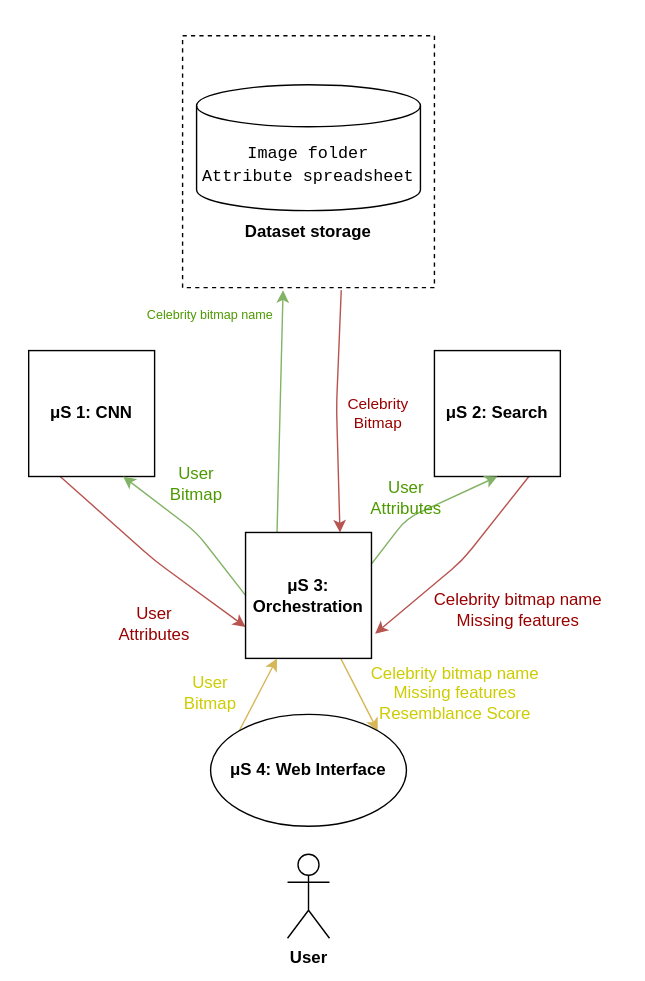
The draw.io diagram architechture.drawio.svg in Wissem0/Projet-Integrateur-Classification-d-images, before a commit. Source tidied: cells renumbered, new cells last; positions are measured from the earlier drawing's top-left corner, leaving out a move shared by most shapes.
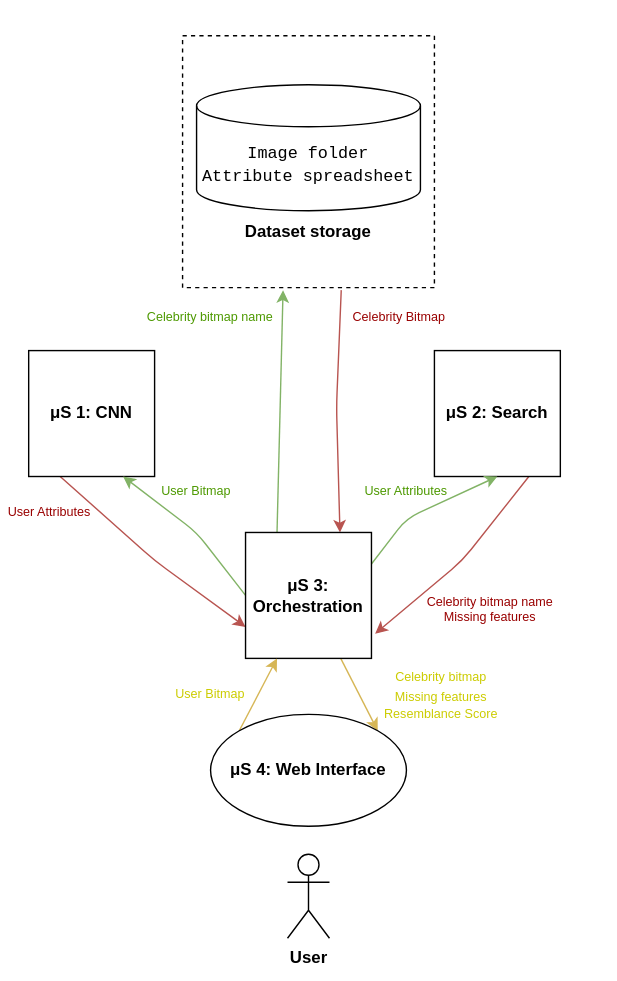
The same file after the commit.

Change to the diagram source:
```diff
@@ -64,29 +64,29 @@
     <mxCell id="15" value="&lt;b&gt;μS 4: &lt;/b&gt;&lt;b&gt;Web Interface&lt;br&gt;&lt;/b&gt;" style="ellipse;whiteSpace=wrap;html=1;fillStyle=solid;fontFamily=Helvetica;fillColor=#FFFFFF;" parent="1" vertex="1">
       <mxGeometry x="150" y="510" width="140" height="80" as="geometry" />
     </mxCell>
-    <mxCell id="16" value="&lt;font color=&quot;#4D9900&quot;&gt;User Bitmap&lt;/font&gt;" style="text;html=1;strokeColor=none;fillColor=none;align=center;verticalAlign=middle;whiteSpace=wrap;rounded=0;fillStyle=solid;fontFamily=Helvetica;" parent="1" vertex="1">
-      <mxGeometry x="110" y="330" width="60" height="30" as="geometry" />
+    <mxCell id="16" value="&lt;font style=&quot;font-size: 9px;&quot; color=&quot;#4D9900&quot;&gt;User Bitmap&lt;/font&gt;" style="text;html=1;strokeColor=none;fillColor=none;align=center;verticalAlign=middle;whiteSpace=wrap;rounded=0;fillStyle=solid;fontFamily=Helvetica;" parent="1" vertex="1">
+      <mxGeometry x="110" y="335" width="60" height="30" as="geometry" />
     </mxCell>
-    <mxCell id="17" value="&lt;font color=&quot;#990000&quot;&gt;User Attributes&lt;/font&gt;" style="text;html=1;strokeColor=none;fillColor=none;align=center;verticalAlign=middle;whiteSpace=wrap;rounded=0;fillStyle=solid;fontFamily=Helvetica;" parent="1" vertex="1">
-      <mxGeometry x="80" y="430" width="60" height="30" as="geometry" />
+    <mxCell id="17" value="&lt;font style=&quot;font-size: 9px;&quot; color=&quot;#990000&quot;&gt;User Attributes&lt;/font&gt;" style="text;html=1;strokeColor=none;fillColor=none;align=center;verticalAlign=middle;whiteSpace=wrap;rounded=0;fillStyle=solid;fontFamily=Helvetica;" parent="1" vertex="1">
+      <mxGeometry y="350" width="70" height="30" as="geometry" />
     </mxCell>
-    <mxCell id="18" value="&lt;div&gt;&lt;font color=&quot;#990000&quot;&gt;Celebrity bitmap name&lt;/font&gt;&lt;/div&gt;&lt;div&gt;&lt;font color=&quot;#990000&quot;&gt;Missing features&lt;br&gt;&lt;/font&gt;&lt;/div&gt;" style="text;html=1;strokeColor=none;fillColor=none;align=center;verticalAlign=middle;whiteSpace=wrap;rounded=0;fillStyle=solid;fontFamily=Helvetica;" parent="1" vertex="1">
-      <mxGeometry x="280" y="420" width="180" height="30" as="geometry" />
+    <mxCell id="18" value="&lt;div style=&quot;font-size: 9px;&quot;&gt;&lt;font style=&quot;font-size: 9px;&quot; color=&quot;#990000&quot;&gt;Celebrity bitmap name&lt;/font&gt;&lt;/div&gt;&lt;div style=&quot;font-size: 9px;&quot;&gt;&lt;font style=&quot;font-size: 9px;&quot; color=&quot;#990000&quot;&gt;&lt;font style=&quot;font-size: 9px;&quot;&gt;Missing features&lt;/font&gt;&lt;br&gt;&lt;/font&gt;&lt;/div&gt;" style="text;html=1;strokeColor=none;fillColor=none;align=center;verticalAlign=middle;whiteSpace=wrap;rounded=0;fillStyle=solid;fontFamily=Helvetica;" parent="1" vertex="1">
+      <mxGeometry x="260" y="420" width="180" height="30" as="geometry" />
     </mxCell>
-    <mxCell id="19" value="&lt;font color=&quot;#4D9900&quot;&gt;User Attributes&lt;/font&gt;" style="text;html=1;strokeColor=none;fillColor=none;align=center;verticalAlign=middle;whiteSpace=wrap;rounded=0;fillStyle=solid;fontFamily=Helvetica;" parent="1" vertex="1">
-      <mxGeometry x="255" y="340" width="70" height="30" as="geometry" />
+    <mxCell id="19" value="&lt;font style=&quot;font-size: 9px;&quot; color=&quot;#4D9900&quot;&gt;User Attributes&lt;/font&gt;" style="text;html=1;strokeColor=none;fillColor=none;align=center;verticalAlign=middle;whiteSpace=wrap;rounded=0;fillStyle=solid;fontFamily=Helvetica;" parent="1" vertex="1">
+      <mxGeometry x="255" y="335" width="70" height="30" as="geometry" />
     </mxCell>
-    <mxCell id="20" value="&lt;div style=&quot;font-size: 11px;&quot;&gt;&lt;font style=&quot;font-size: 11px;&quot; color=&quot;#990000&quot;&gt;Celebrity&lt;/font&gt;&lt;/div&gt;&lt;div style=&quot;font-size: 11px;&quot;&gt;&lt;font style=&quot;font-size: 11px;&quot; color=&quot;#990000&quot;&gt;Bitmap&lt;br&gt;&lt;/font&gt;&lt;/div&gt;" style="text;html=1;strokeColor=none;fillColor=none;align=center;verticalAlign=middle;whiteSpace=wrap;rounded=0;fillStyle=solid;fontFamily=Helvetica;" parent="1" vertex="1">
-      <mxGeometry x="235" y="280" width="70" height="30" as="geometry" />
+    <mxCell id="20" value="&lt;div style=&quot;&quot;&gt;&lt;font style=&quot;font-size: 9px;&quot; color=&quot;#990000&quot;&gt;Celebrity&amp;nbsp;&lt;/font&gt;&lt;font style=&quot;color: rgb(153, 0, 0); background-color: initial; font-size: 9px;&quot;&gt;Bitma&lt;/font&gt;&lt;font style=&quot;color: rgb(153, 0, 0); background-color: initial; font-size: 9px;&quot;&gt;p&lt;/font&gt;&lt;/div&gt;" style="text;html=1;strokeColor=none;fillColor=none;align=center;verticalAlign=middle;whiteSpace=wrap;rounded=0;fillStyle=solid;fontFamily=Helvetica;" parent="1" vertex="1">
+      <mxGeometry x="240" y="220" width="90" height="10" as="geometry" />
     </mxCell>
-    <mxCell id="21" value="&lt;div style=&quot;font-size: 9px;&quot;&gt;&lt;font style=&quot;font-size: 9px;&quot; color=&quot;#4D9900&quot;&gt;Celebrity bitmap name&lt;br&gt;&lt;/font&gt;&lt;/div&gt;" style="text;html=1;strokeColor=none;fillColor=none;align=center;verticalAlign=middle;whiteSpace=wrap;rounded=0;fillStyle=solid;fontFamily=Helvetica;" parent="1" vertex="1">
+    <mxCell id="21" value="&lt;div style=&quot;&quot;&gt;&lt;font style=&quot;&quot; color=&quot;#4D9900&quot;&gt;&lt;font style=&quot;font-size: 9px;&quot;&gt;Celebrity bitmap name&lt;/font&gt;&lt;br&gt;&lt;/font&gt;&lt;/div&gt;" style="text;html=1;strokeColor=none;fillColor=none;align=center;verticalAlign=middle;whiteSpace=wrap;rounded=0;fillStyle=solid;fontFamily=Helvetica;" parent="1" vertex="1">
       <mxGeometry x="95" y="210" width="110" height="30" as="geometry" />
     </mxCell>
-    <mxCell id="22" value="&lt;font color=&quot;#CCCC00&quot;&gt;User Bitmap&lt;/font&gt;" style="text;html=1;strokeColor=none;fillColor=none;align=center;verticalAlign=middle;whiteSpace=wrap;rounded=0;fillStyle=solid;fontFamily=Helvetica;" parent="1" vertex="1">
+    <mxCell id="22" value="&lt;font style=&quot;font-size: 9px;&quot; color=&quot;#CCCC00&quot;&gt;User Bitmap&lt;/font&gt;" style="text;html=1;strokeColor=none;fillColor=none;align=center;verticalAlign=middle;whiteSpace=wrap;rounded=0;fillStyle=solid;fontFamily=Helvetica;" parent="1" vertex="1">
       <mxGeometry x="120" y="480" width="60" height="30" as="geometry" />
     </mxCell>
-    <mxCell id="23" value="&lt;div&gt;&lt;font color=&quot;#CCCC00&quot;&gt;Celebrity bitmap name&lt;/font&gt;&lt;/div&gt;&lt;div&gt;&lt;font color=&quot;#CCCC00&quot;&gt;Missing features&lt;br&gt;&lt;/font&gt;&lt;/div&gt;&lt;div&gt;&lt;font color=&quot;#CCCC00&quot;&gt;Resemblance Score &lt;br&gt;&lt;/font&gt;&lt;/div&gt;" style="text;html=1;strokeColor=none;fillColor=none;align=center;verticalAlign=middle;whiteSpace=wrap;rounded=0;fillStyle=solid;fontFamily=Helvetica;" parent="1" vertex="1">
-      <mxGeometry x="250" y="480" width="150" height="30" as="geometry" />
+    <mxCell id="23" value="&lt;div style=&quot;&quot;&gt;&lt;font style=&quot;font-size: 9px;&quot; color=&quot;#CCCC00&quot;&gt;Celebrity bitmap&lt;/font&gt;&lt;/div&gt;&lt;div style=&quot;&quot;&gt;&lt;font style=&quot;font-size: 9px; background-color: initial;&quot; color=&quot;#CCCC00&quot;&gt;Missing fe&lt;/font&gt;&lt;font style=&quot;font-size: 9px; background-color: initial;&quot; color=&quot;#CCCC00&quot;&gt;atu&lt;/font&gt;&lt;font style=&quot;font-size: 9px; background-color: initial;&quot; color=&quot;#CCCC00&quot;&gt;res&lt;/font&gt;&lt;/div&gt;&lt;div style=&quot;font-size: 9px;&quot;&gt;&lt;font style=&quot;color: rgb(204, 204, 0); background-color: initial;&quot;&gt;Resemblance Scor&lt;/font&gt;&lt;font style=&quot;color: rgb(204, 204, 0); background-color: initial;&quot;&gt;e&lt;/font&gt;&lt;/div&gt;" style="text;html=1;strokeColor=none;fillColor=none;align=center;verticalAlign=middle;whiteSpace=wrap;rounded=0;fillStyle=solid;fontFamily=Helvetica;" parent="1" vertex="1">
+      <mxGeometry x="240" y="480" width="150" height="30" as="geometry" />
     </mxCell>
     <mxCell id="24" style="whiteSpace=wrap;html=1;fontFamily=Helvetica;dashed=1;" parent="1" vertex="1">
       <mxGeometry x="130" y="25" width="180" height="180" as="geometry" />
```
